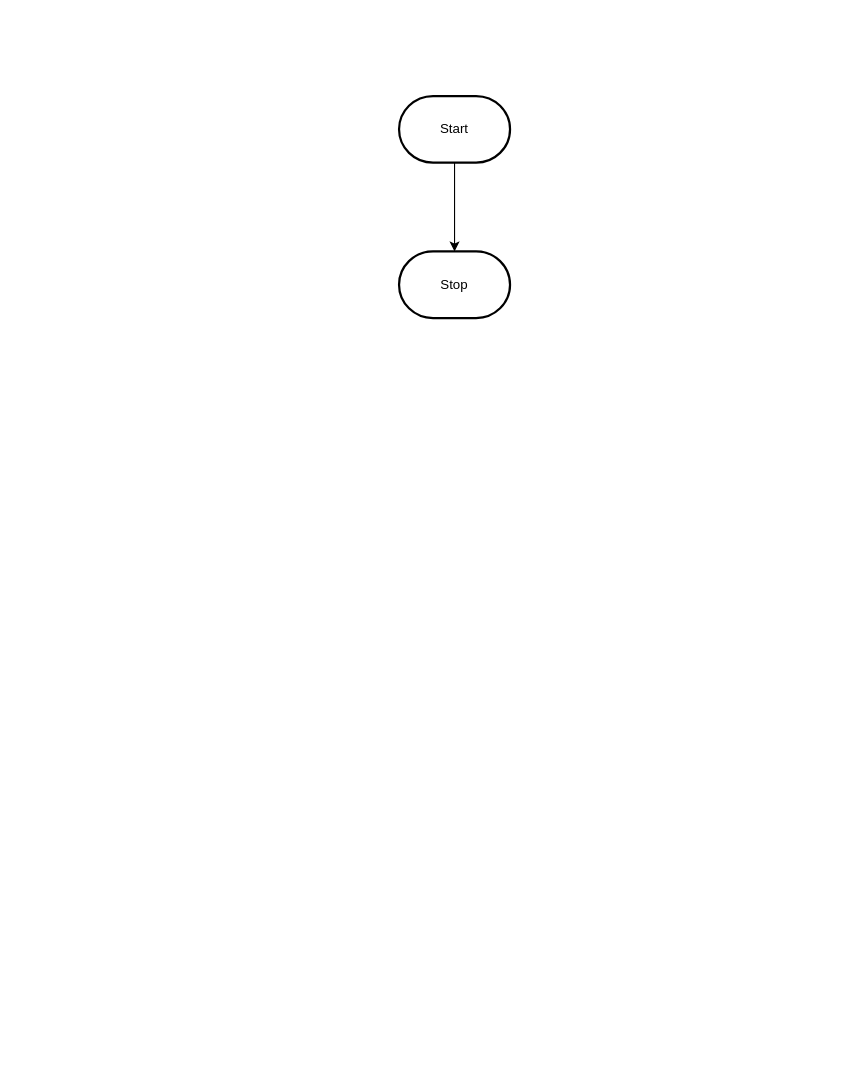
MTHS-TEJ2O-1-2023/TEJ2O-Unit-2-09-Liya-Getachew keeps this draw.io diagram as design/flowchart.drawio. Above is the earlier version. Source tidied: cells renumbered, new cells numbered last; positions are measured from the earlier drawing's top-left corner, leaving out a move shared by most shapes. Both pictures are drawn from the tidied source at 111%, with x=0, y=0 at pixel (398, 95).
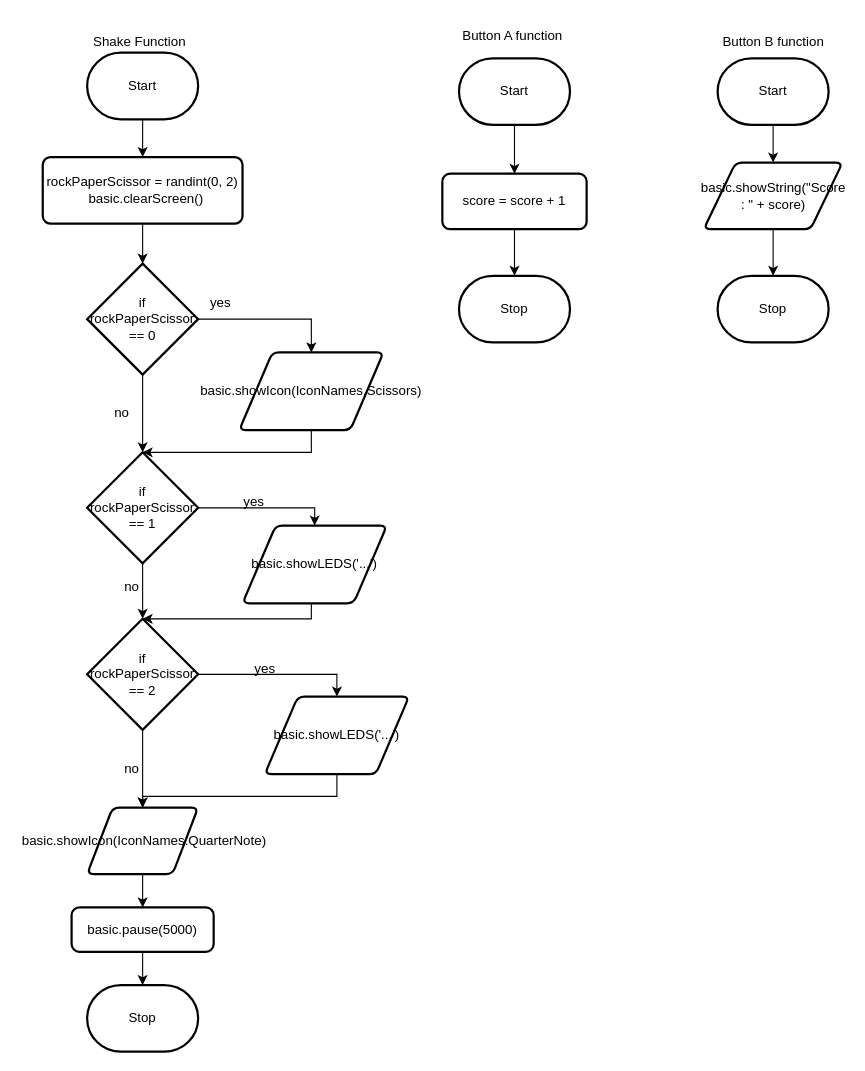
After the change.

What changed in the source:
```diff
@@
-    <mxCell id="2" style="edgeStyle=orthogonalEdgeStyle;html=1;rounded=0;" parent="1" edge="1" source="3" target="4">
-      <mxGeometry relative="1" as="geometry" />
-    </mxCell>
+    <mxCell id="5" style="edgeStyle=orthogonalEdgeStyle;rounded=0;html=1;" parent="1" edge="1" source="3" target="27">
+      <mxGeometry relative="1" as="geometry" />
+    </mxCell>
     <mxCell id="3" value="Start" style="strokeWidth=2;html=1;shape=mxgraph.flowchart.terminator;whiteSpace=wrap;" parent="1" vertex="1">
-      <mxGeometry width="100" height="60" as="geometry" />
+      <mxGeometry x="-281" y="-39" width="100" height="60" as="geometry" />
     </mxCell>
     <mxCell id="4" value="Stop" style="strokeWidth=2;html=1;shape=mxgraph.flowchart.terminator;whiteSpace=wrap;" parent="1" vertex="1">
-      <mxGeometry y="140" width="100" height="60" as="geometry" />
+      <mxGeometry x="54" y="162" width="100" height="60" as="geometry" />
     </mxCell>
+    <mxCell id="2" value="Shake Function" style="text;html=1;align=center;verticalAlign=middle;strokeColor=none;fillColor=none;" parent="1" vertex="1">
+      <mxGeometry x="-289" y="-64" width="110" height="30" as="geometry" />
+    </mxCell>
+    <mxCell id="6" style="edgeStyle=orthogonalEdgeStyle;html=1;rounded=0;" parent="1" edge="1" source="7" target="13">
+      <mxGeometry relative="1" as="geometry" />
+    </mxCell>
+    <mxCell id="7" value="Start" style="strokeWidth=2;html=1;shape=mxgraph.flowchart.terminator;whiteSpace=wrap;" parent="1" vertex="1">
+      <mxGeometry x="54" y="-34" width="100" height="60" as="geometry" />
+    </mxCell>
+    <mxCell id="8" style="edgeStyle=orthogonalEdgeStyle;rounded=0;html=1;" parent="1" edge="1" source="9" target="15">
+      <mxGeometry relative="1" as="geometry" />
+    </mxCell>
+    <mxCell id="9" value="Start" style="strokeWidth=2;html=1;shape=mxgraph.flowchart.terminator;whiteSpace=wrap;" parent="1" vertex="1">
+      <mxGeometry x="287" y="-34" width="100" height="60" as="geometry" />
+    </mxCell>
+    <mxCell id="10" value="Button A function" style="text;html=1;align=center;verticalAlign=middle;strokeColor=none;fillColor=none;" parent="1" vertex="1">
+      <mxGeometry x="47" y="-69" width="110" height="30" as="geometry" />
+    </mxCell>
+    <mxCell id="11" value="Button B function" style="text;html=1;align=center;verticalAlign=middle;strokeColor=none;fillColor=none;" parent="1" vertex="1">
+      <mxGeometry x="282" y="-64" width="110" height="30" as="geometry" />
+    </mxCell>
+    <mxCell id="12" style="edgeStyle=orthogonalEdgeStyle;rounded=0;html=1;" parent="1" edge="1" source="13" target="4">
+      <mxGeometry relative="1" as="geometry" />
+    </mxCell>
+    <mxCell id="13" value="score = score + 1" style="rounded=1;whiteSpace=wrap;html=1;absoluteArcSize=1;arcSize=14;strokeWidth=2;" parent="1" vertex="1">
+      <mxGeometry x="39" y="70" width="130" height="50" as="geometry" />
+    </mxCell>
+    <mxCell id="14" style="edgeStyle=orthogonalEdgeStyle;rounded=0;html=1;" parent="1" edge="1" source="15" target="16">
+      <mxGeometry relative="1" as="geometry" />
+    </mxCell>
+    <mxCell id="15" value="basic.showString(&quot;Score : &quot; + score)" style="shape=parallelogram;html=1;strokeWidth=2;perimeter=parallelogramPerimeter;whiteSpace=wrap;rounded=1;arcSize=12;size=0.23;" parent="1" vertex="1">
+      <mxGeometry x="274.5" y="60" width="125" height="60" as="geometry" />
+    </mxCell>
+    <mxCell id="16" value="Stop" style="strokeWidth=2;html=1;shape=mxgraph.flowchart.terminator;whiteSpace=wrap;" parent="1" vertex="1">
+      <mxGeometry x="287" y="162" width="100" height="60" as="geometry" />
+    </mxCell>
+    <mxCell id="17" style="edgeStyle=orthogonalEdgeStyle;rounded=0;html=1;entryX=0.5;entryY=0;entryDx=0;entryDy=0;" parent="1" edge="1" source="19" target="29">
+      <mxGeometry relative="1" as="geometry" />
+    </mxCell>
+    <mxCell id="18" style="edgeStyle=orthogonalEdgeStyle;rounded=0;html=1;" parent="1" edge="1" source="19" target="22">
+      <mxGeometry relative="1" as="geometry" />
+    </mxCell>
+    <mxCell id="19" value="if rockPaperScissor == 0" style="strokeWidth=2;html=1;shape=mxgraph.flowchart.decision;whiteSpace=wrap;" parent="1" vertex="1">
+      <mxGeometry x="-281" y="151" width="100" height="100" as="geometry" />
+    </mxCell>
+    <mxCell id="20" style="edgeStyle=orthogonalEdgeStyle;rounded=0;html=1;entryX=0.5;entryY=0;entryDx=0;entryDy=0;" parent="1" edge="1" source="22" target="33">
+      <mxGeometry relative="1" as="geometry" />
+    </mxCell>
+    <mxCell id="21" style="edgeStyle=orthogonalEdgeStyle;rounded=0;html=1;" parent="1" edge="1" source="22" target="25">
+      <mxGeometry relative="1" as="geometry" />
+    </mxCell>
+    <mxCell id="22" value="if rockPaperScissor == 1" style="strokeWidth=2;html=1;shape=mxgraph.flowchart.decision;whiteSpace=wrap;" parent="1" vertex="1">
+      <mxGeometry x="-281" y="321" width="100" height="100" as="geometry" />
+    </mxCell>
+    <mxCell id="23" style="edgeStyle=orthogonalEdgeStyle;rounded=0;html=1;entryX=0.5;entryY=0;entryDx=0;entryDy=0;" parent="1" edge="1" source="25" target="35">
+      <mxGeometry relative="1" as="geometry" />
+    </mxCell>
+    <mxCell id="24" style="edgeStyle=orthogonalEdgeStyle;rounded=0;html=1;" parent="1" edge="1" source="25" target="37">
+      <mxGeometry relative="1" as="geometry" />
+    </mxCell>
+    <mxCell id="25" value="if rockPaperScissor == 2" style="strokeWidth=2;html=1;shape=mxgraph.flowchart.decision;whiteSpace=wrap;" parent="1" vertex="1">
+      <mxGeometry x="-281" y="471" width="100" height="100" as="geometry" />
+    </mxCell>
+    <mxCell id="26" style="edgeStyle=orthogonalEdgeStyle;rounded=0;html=1;" parent="1" edge="1" source="27" target="19">
+      <mxGeometry relative="1" as="geometry" />
+    </mxCell>
+    <mxCell id="27" value="&lt;div&gt;rockPaperScissor = randint(0, 2)&lt;/div&gt;&lt;div&gt;&amp;nbsp; basic.clearScreen()&lt;/div&gt;" style="rounded=1;whiteSpace=wrap;html=1;absoluteArcSize=1;arcSize=14;strokeWidth=2;" parent="1" vertex="1">
+      <mxGeometry x="-321" y="55" width="180" height="60" as="geometry" />
+    </mxCell>
+    <mxCell id="28" style="edgeStyle=orthogonalEdgeStyle;rounded=0;html=1;entryX=0.5;entryY=0;entryDx=0;entryDy=0;entryPerimeter=0;" parent="1" edge="1" source="29" target="22">
+      <mxGeometry relative="1" as="geometry">
+        <Array as="points">
+          <mxPoint x="-181" y="321" />
+          <mxPoint x="-181" y="321" />
+        </Array>
+      </mxGeometry>
+    </mxCell>
+    <mxCell id="29" value="basic.showIcon(IconNames.Scissors)" style="shape=parallelogram;html=1;strokeWidth=2;perimeter=parallelogramPerimeter;whiteSpace=wrap;rounded=1;arcSize=12;size=0.23;" parent="1" vertex="1">
+      <mxGeometry x="-144" y="231" width="130" height="70" as="geometry" />
+    </mxCell>
+    <mxCell id="30" value="yes" style="text;html=1;align=center;verticalAlign=middle;strokeColor=none;fillColor=none;" parent="1" vertex="1">
+      <mxGeometry x="-181" y="172" width="40" height="30" as="geometry" />
+    </mxCell>
+    <mxCell id="31" value="no" style="text;html=1;align=center;verticalAlign=middle;strokeColor=none;fillColor=none;" parent="1" vertex="1">
+      <mxGeometry x="-270" y="271" width="40" height="30" as="geometry" />
+    </mxCell>
+    <mxCell id="32" style="edgeStyle=orthogonalEdgeStyle;rounded=0;html=1;entryX=0.5;entryY=0;entryDx=0;entryDy=0;entryPerimeter=0;" parent="1" edge="1" source="33" target="25">
+      <mxGeometry relative="1" as="geometry">
+        <Array as="points">
+          <mxPoint x="-79" y="471" />
+        </Array>
+      </mxGeometry>
+    </mxCell>
+    <mxCell id="33" value="basic.showLEDS('...')" style="shape=parallelogram;html=1;strokeWidth=2;perimeter=parallelogramPerimeter;whiteSpace=wrap;rounded=1;arcSize=12;size=0.23;" parent="1" vertex="1">
+      <mxGeometry x="-141" y="387" width="130" height="70" as="geometry" />
+    </mxCell>
+    <mxCell id="34" style="edgeStyle=orthogonalEdgeStyle;rounded=0;html=1;entryX=0.5;entryY=0;entryDx=0;entryDy=0;" parent="1" edge="1" source="35" target="37">
+      <mxGeometry relative="1" as="geometry">
+        <Array as="points">
+          <mxPoint x="-56" y="631" />
+          <mxPoint x="-231" y="631" />
+        </Array>
+      </mxGeometry>
+    </mxCell>
+    <mxCell id="35" value="basic.showLEDS('...')" style="shape=parallelogram;html=1;strokeWidth=2;perimeter=parallelogramPerimeter;whiteSpace=wrap;rounded=1;arcSize=12;size=0.23;" parent="1" vertex="1">
+      <mxGeometry x="-121" y="541" width="130" height="70" as="geometry" />
+    </mxCell>
+    <mxCell id="36" style="edgeStyle=orthogonalEdgeStyle;rounded=0;html=1;" parent="1" edge="1" source="37" target="43">
+      <mxGeometry relative="1" as="geometry" />
+    </mxCell>
+    <mxCell id="37" value="&lt;div&gt;&lt;span style=&quot;background-color: initial;&quot;&gt;&amp;nbsp;basic.showIcon(IconNames.QuarterNote)&lt;/span&gt;&lt;br&gt;&lt;/div&gt;" style="shape=parallelogram;html=1;strokeWidth=2;perimeter=parallelogramPerimeter;whiteSpace=wrap;rounded=1;arcSize=12;size=0.23;" parent="1" vertex="1">
+      <mxGeometry x="-281" y="641" width="100" height="60" as="geometry" />
+    </mxCell>
+    <mxCell id="38" value="yes" style="text;html=1;align=center;verticalAlign=middle;strokeColor=none;fillColor=none;" parent="1" vertex="1">
+      <mxGeometry x="-151" y="351" width="40" height="30" as="geometry" />
+    </mxCell>
+    <mxCell id="39" value="yes" style="text;html=1;align=center;verticalAlign=middle;strokeColor=none;fillColor=none;" parent="1" vertex="1">
+      <mxGeometry x="-141" y="501" width="40" height="30" as="geometry" />
+    </mxCell>
+    <mxCell id="40" value="no" style="text;html=1;align=center;verticalAlign=middle;strokeColor=none;fillColor=none;" parent="1" vertex="1">
+      <mxGeometry x="-261" y="427" width="40" height="30" as="geometry" />
+    </mxCell>
+    <mxCell id="41" value="no" style="text;html=1;align=center;verticalAlign=middle;strokeColor=none;fillColor=none;" parent="1" vertex="1">
+      <mxGeometry x="-261" y="591" width="40" height="30" as="geometry" />
+    </mxCell>
+    <mxCell id="42" style="edgeStyle=orthogonalEdgeStyle;rounded=0;html=1;" parent="1" edge="1" source="43" target="44">
+      <mxGeometry relative="1" as="geometry" />
+    </mxCell>
+    <mxCell id="43" value="basic.pause(5000)" style="rounded=1;whiteSpace=wrap;html=1;absoluteArcSize=1;arcSize=14;strokeWidth=2;" parent="1" vertex="1">
+      <mxGeometry x="-295" y="731" width="128" height="40" as="geometry" />
+    </mxCell>
+    <mxCell id="44" value="Stop" style="strokeWidth=2;html=1;shape=mxgraph.flowchart.terminator;whiteSpace=wrap;" parent="1" vertex="1">
+      <mxGeometry x="-281" y="801" width="100" height="60" as="geometry" />
+    </mxCell>
```
